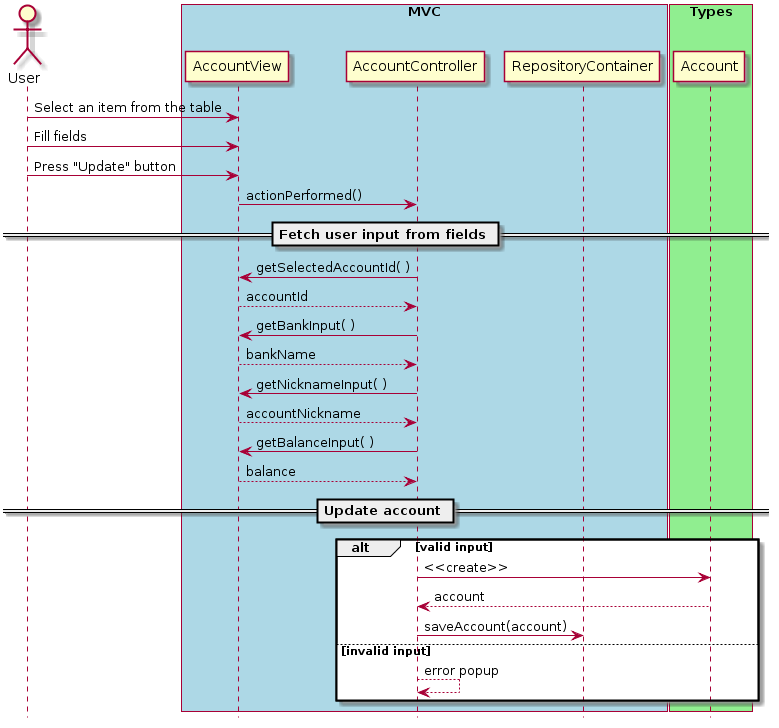
The PlantUML diagram Documentation/Diagrams/sequence/updateAccount.png in melanie-t/budget-planner-app, before a commit. The source it was exported from:
```plantuml
@startuml
hide footbox
actor User

box "MVC" #LightBlue
participant AccountView
participant AccountController
participant RepositoryContainer
end box
box "Types" #LightGreen
participant Account
end box

User -> AccountView : Select an item from the table
User -> AccountView : Fill fields
User -> AccountView : Press "Update" button
AccountView -> AccountController : actionPerformed()

== Fetch user input from fields ==
AccountController -> AccountView : getSelectedAccountId( )
AccountController <-- AccountView : accountId
AccountController -> AccountView : getBankInput( )
AccountController <-- AccountView : bankName
AccountController -> AccountView : getNicknameInput( )
AccountController <-- AccountView : accountNickname
AccountController -> AccountView : getBalanceInput( )
AccountController <-- AccountView : balance

== Update account ==

alt valid input
    AccountController -> Account : <<create>>
    AccountController <-- Account : account
    AccountController -> RepositoryContainer : saveAccount(account)
else invalid input
    AccountController <-- AccountController : error popup
end
@enduml
```
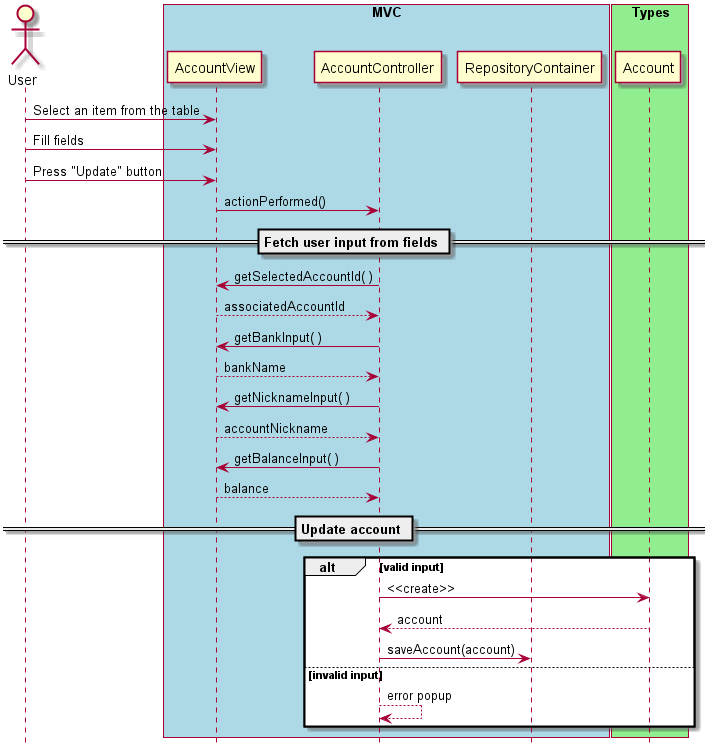
After the change.

Diff of the diagram source:
```diff
@@ -18,7 +18,7 @@
 
 == Fetch user input from fields ==
 AccountController -> AccountView : getSelectedAccountId( )
-AccountController <-- AccountView : accountId
+AccountController <-- AccountView : associatedAccountId
 AccountController -> AccountView : getBankInput( )
 AccountController <-- AccountView : bankName
 AccountController -> AccountView : getNicknameInput( )
```
